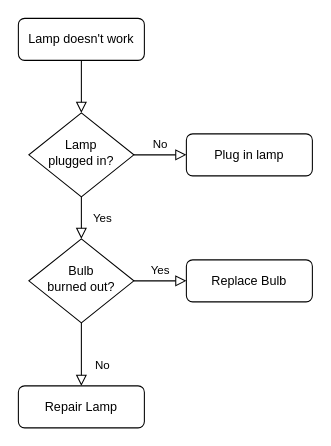
Above: Untitled Diagram.drawio in parkgoon/test_gitflow (draw.io), before the change. Source tidied: cells renumbered, new cells numbered last; positions are measured from the earlier drawing's top-left corner, leaving out a move shared by most shapes. Both pictures are drawn from the tidied source at 105%, with x=0, y=0 at pixel (18, 18).
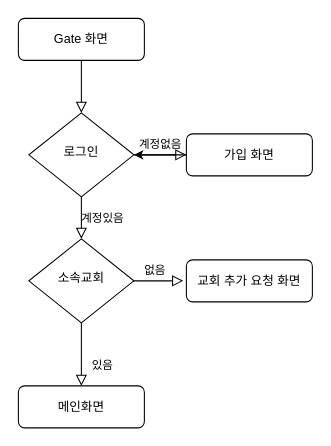
The same diagram, later.

Commit message:
업무 플로우

The edit, as a diff of the source:
```diff
@@
 <mxGraphModel>
   <root>
     <mxCell id="0" />
     <mxCell id="1" parent="0" />
     <mxCell id="2" style="rounded=0;html=1;jettySize=auto;fontSize=11;endArrow=block;endFill=0;endSize=8;strokeWidth=1;shadow=0;labelBackgroundColor=none;edgeStyle=orthogonalEdgeStyle;" parent="1" edge="1" source="3" target="6">
       <mxGeometry relative="1" as="geometry" />
     </mxCell>
-    <mxCell id="3" value="Lamp doesn't work" style="rounded=1;whiteSpace=wrap;html=1;fontSize=12;glass=0;strokeWidth=1;shadow=0;" parent="1" vertex="1">
+    <mxCell id="3" value="Gate 화면" style="rounded=1;whiteSpace=wrap;html=1;fontSize=12;glass=0;strokeWidth=1;shadow=0;" parent="1" vertex="1">
       <mxGeometry width="120" height="40" as="geometry" />
     </mxCell>
-    <mxCell id="4" value="Yes" style="rounded=0;html=1;jettySize=auto;fontSize=11;endArrow=block;endFill=0;endSize=8;strokeWidth=1;shadow=0;labelBackgroundColor=none;edgeStyle=orthogonalEdgeStyle;" parent="1" edge="1" source="6" target="10">
+    <mxCell id="4" value="계정있음" style="rounded=0;html=1;jettySize=auto;fontSize=11;endArrow=block;endFill=0;endSize=8;strokeWidth=1;shadow=0;labelBackgroundColor=none;edgeStyle=orthogonalEdgeStyle;" parent="1" edge="1" source="6" target="10">
       <mxGeometry y="20" relative="1" as="geometry" />
     </mxCell>
-    <mxCell id="5" value="No" style="edgeStyle=orthogonalEdgeStyle;rounded=0;html=1;jettySize=auto;fontSize=11;endArrow=block;endFill=0;endSize=8;strokeWidth=1;shadow=0;labelBackgroundColor=none;" parent="1" edge="1" source="6" target="7">
+    <mxCell id="5" value="계정없음" style="edgeStyle=orthogonalEdgeStyle;rounded=0;html=1;jettySize=auto;fontSize=11;endArrow=block;endFill=0;endSize=8;strokeWidth=1;shadow=0;labelBackgroundColor=none;" parent="1" edge="1" source="6" target="7">
       <mxGeometry y="10" relative="1" as="geometry" />
     </mxCell>
-    <mxCell id="6" value="Lamp&lt;br&gt;plugged in?" style="rhombus;whiteSpace=wrap;html=1;shadow=0;fontFamily=Helvetica;fontSize=12;align=center;strokeWidth=1;spacing=6;spacingTop=-4;" parent="1" vertex="1">
+    <mxCell id="6" value="로그인" style="rhombus;whiteSpace=wrap;html=1;shadow=0;fontFamily=Helvetica;fontSize=12;align=center;strokeWidth=1;spacing=6;spacingTop=-4;" parent="1" vertex="1">
       <mxGeometry x="10" y="90" width="100" height="80" as="geometry" />
     </mxCell>
+    <mxCell id="13" style="edgeStyle=orthogonalEdgeStyle;rounded=0;jettySize=auto;html=1;" parent="1" edge="1" source="7" target="6">
+      <mxGeometry relative="1" as="geometry" />
+    </mxCell>
-    <mxCell id="7" value="Plug in lamp" style="rounded=1;whiteSpace=wrap;html=1;fontSize=12;glass=0;strokeWidth=1;shadow=0;" parent="1" vertex="1">
+    <mxCell id="7" value="가입 화면" style="rounded=1;whiteSpace=wrap;html=1;fontSize=12;glass=0;strokeWidth=1;shadow=0;" parent="1" vertex="1">
       <mxGeometry x="160" y="110" width="120" height="40" as="geometry" />
     </mxCell>
-    <mxCell id="8" value="No" style="rounded=0;html=1;jettySize=auto;fontSize=11;endArrow=block;endFill=0;endSize=8;strokeWidth=1;shadow=0;labelBackgroundColor=none;edgeStyle=orthogonalEdgeStyle;" parent="1" edge="1" source="10" target="11">
+    <mxCell id="8" value="있음" style="rounded=0;html=1;jettySize=auto;fontSize=11;endArrow=block;endFill=0;endSize=8;strokeWidth=1;shadow=0;labelBackgroundColor=none;edgeStyle=orthogonalEdgeStyle;" parent="1" edge="1" source="10" target="11">
       <mxGeometry x="0.33" y="20" relative="1" as="geometry" />
     </mxCell>
-    <mxCell id="9" value="Yes" style="edgeStyle=orthogonalEdgeStyle;rounded=0;html=1;jettySize=auto;fontSize=11;endArrow=block;endFill=0;endSize=8;strokeWidth=1;shadow=0;labelBackgroundColor=none;" parent="1" edge="1" source="10" target="12">
-      <mxGeometry y="10" relative="1" as="geometry" />
+    <mxCell id="9" value="없음" style="edgeStyle=orthogonalEdgeStyle;rounded=0;html=1;jettySize=auto;orthogonalLoop=1;fontSize=11;endArrow=block;endFill=0;endSize=8;strokeWidth=1;shadow=0;labelBackgroundColor=none;" parent="1" edge="1">
+      <mxGeometry x="-0.08" y="10" relative="1" as="geometry">
+        <mxPoint x="107" y="250" as="sourcePoint" />
+        <mxPoint x="157" y="250" as="targetPoint" />
+      </mxGeometry>
     </mxCell>
-    <mxCell id="10" value="Bulb&lt;br&gt;burned out?" style="rhombus;whiteSpace=wrap;html=1;shadow=0;fontFamily=Helvetica;fontSize=12;align=center;strokeWidth=1;spacing=6;spacingTop=-4;" parent="1" vertex="1">
+    <mxCell id="10" value="소속교회" style="rhombus;whiteSpace=wrap;html=1;shadow=0;fontFamily=Helvetica;fontSize=12;align=center;strokeWidth=1;spacing=6;spacingTop=-4;" parent="1" vertex="1">
       <mxGeometry x="10" y="210" width="100" height="80" as="geometry" />
     </mxCell>
-    <mxCell id="11" value="Repair Lamp" style="rounded=1;whiteSpace=wrap;html=1;fontSize=12;glass=0;strokeWidth=1;shadow=0;" parent="1" vertex="1">
+    <mxCell id="11" value="메인화면" style="rounded=1;whiteSpace=wrap;html=1;fontSize=12;glass=0;strokeWidth=1;shadow=0;" parent="1" vertex="1">
       <mxGeometry y="350" width="120" height="40" as="geometry" />
     </mxCell>
-    <mxCell id="12" value="Replace Bulb" style="rounded=1;whiteSpace=wrap;html=1;fontSize=12;glass=0;strokeWidth=1;shadow=0;" parent="1" vertex="1">
+    <mxCell id="12" value="교회 추가 요청 화면" style="rounded=1;whiteSpace=wrap;html=1;fontSize=12;glass=0;strokeWidth=1;shadow=0;" parent="1" vertex="1">
       <mxGeometry x="160" y="230" width="120" height="40" as="geometry" />
     </mxCell>
   </root>
 </mxGraphModel>
```
